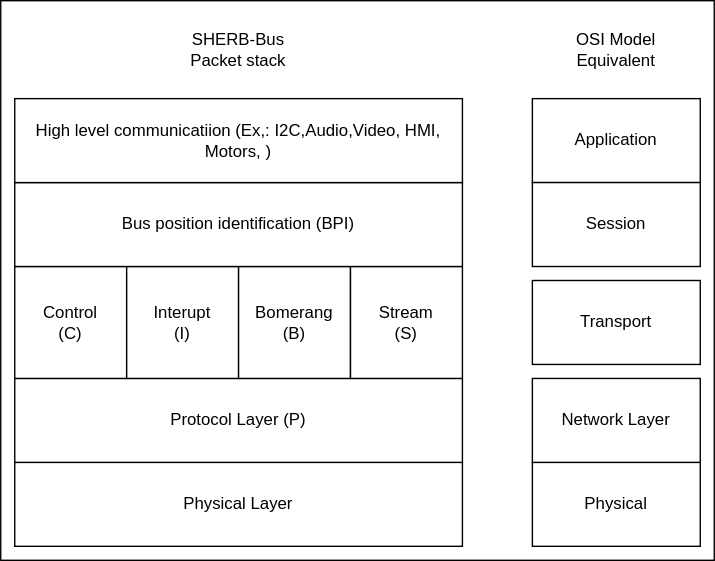
cdg66/BUS_figures keeps this draw.io diagram as Figures/Protocol_stack.svg. Above is the earlier version. Source tidied: cells renumbered, new cells last; positions are measured from the earlier drawing's top-left corner, leaving out a move shared by most shapes. Source of this version:
```xml
<mxGraphModel>
  <root>
    <mxCell id="0" />
    <mxCell id="1" parent="0" />
    <mxCell id="2" style="rounded=0;whiteSpace=wrap;html=1;" parent="1" vertex="1">
      <mxGeometry width="510" height="400" as="geometry" />
    </mxCell>
    <mxCell id="3" value="Physical Layer " style="rounded=0;whiteSpace=wrap;html=1;" parent="1" vertex="1">
      <mxGeometry x="10" y="330" width="320" height="60" as="geometry" />
    </mxCell>
    <mxCell id="4" value="Protocol Layer (P)" style="rounded=0;whiteSpace=wrap;html=1;" parent="1" vertex="1">
      <mxGeometry x="10" y="270" width="320" height="60" as="geometry" />
    </mxCell>
    <mxCell id="5" value="&lt;div&gt;Control&lt;/div&gt;&lt;div&gt;(C)&lt;br&gt;&lt;/div&gt;" style="whiteSpace=wrap;html=1;" parent="1" vertex="1">
      <mxGeometry x="10" y="190" width="80" height="80" as="geometry" />
    </mxCell>
    <mxCell id="6" value="&lt;div&gt;Interupt&lt;/div&gt;&lt;div&gt;(I)&lt;br&gt;&lt;/div&gt;" style="whiteSpace=wrap;html=1;" parent="1" vertex="1">
      <mxGeometry x="90" y="190" width="80" height="80" as="geometry" />
    </mxCell>
    <mxCell id="7" value="&lt;div&gt;Bomerang&lt;/div&gt;&lt;div&gt;(B)&lt;br&gt;&lt;/div&gt;" style="whiteSpace=wrap;html=1;" parent="1" vertex="1">
      <mxGeometry x="170" y="190" width="80" height="80" as="geometry" />
    </mxCell>
    <mxCell id="8" value="&lt;div&gt;Stream&lt;/div&gt;&lt;div&gt;(S)&lt;br&gt;&lt;/div&gt;" style="whiteSpace=wrap;html=1;" parent="1" vertex="1">
      <mxGeometry x="250" y="190" width="80" height="80" as="geometry" />
    </mxCell>
    <mxCell id="9" value="Bus position identification (BPI)" style="rounded=0;whiteSpace=wrap;html=1;" parent="1" vertex="1">
      <mxGeometry x="10" y="130" width="320" height="60" as="geometry" />
    </mxCell>
    <mxCell id="10" value="High level communicatiion (Ex,: I2C,Audio,Video, HMI, Motors, )" style="rounded=0;whiteSpace=wrap;html=1;" parent="1" vertex="1">
      <mxGeometry x="10" y="70" width="320" height="60" as="geometry" />
    </mxCell>
    <mxCell id="11" value="OSI Model Equivalent" style="text;html=1;strokeColor=none;fillColor=none;align=center;verticalAlign=middle;whiteSpace=wrap;rounded=0;" parent="1" vertex="1">
      <mxGeometry x="410" y="20" width="60" height="30" as="geometry" />
    </mxCell>
    <mxCell id="12" value="Physical" style="rounded=0;whiteSpace=wrap;html=1;" parent="1" vertex="1">
      <mxGeometry x="380" y="330" width="120" height="60" as="geometry" />
    </mxCell>
    <mxCell id="13" value="Network Layer" style="rounded=0;whiteSpace=wrap;html=1;" parent="1" vertex="1">
      <mxGeometry x="380" y="270" width="120" height="60" as="geometry" />
    </mxCell>
    <mxCell id="14" value="Transport" style="rounded=0;whiteSpace=wrap;html=1;" parent="1" vertex="1">
      <mxGeometry x="380" y="200" width="120" height="60" as="geometry" />
    </mxCell>
    <mxCell id="15" value="Application" style="rounded=0;whiteSpace=wrap;html=1;" parent="1" vertex="1">
      <mxGeometry x="380" y="70" width="120" height="60" as="geometry" />
    </mxCell>
    <mxCell id="16" value="Session" style="rounded=0;whiteSpace=wrap;html=1;" parent="1" vertex="1">
      <mxGeometry x="380" y="130" width="120" height="60" as="geometry" />
    </mxCell>
    <mxCell id="17" value="&lt;div&gt;SHERB-Bus &lt;br&gt;&lt;/div&gt;&lt;div&gt;Packet stack&lt;/div&gt;" style="text;html=1;strokeColor=none;fillColor=none;align=center;verticalAlign=middle;whiteSpace=wrap;rounded=0;" parent="1" vertex="1">
      <mxGeometry x="95" y="20" width="150" height="30" as="geometry" />
    </mxCell>
  </root>
</mxGraphModel>
```
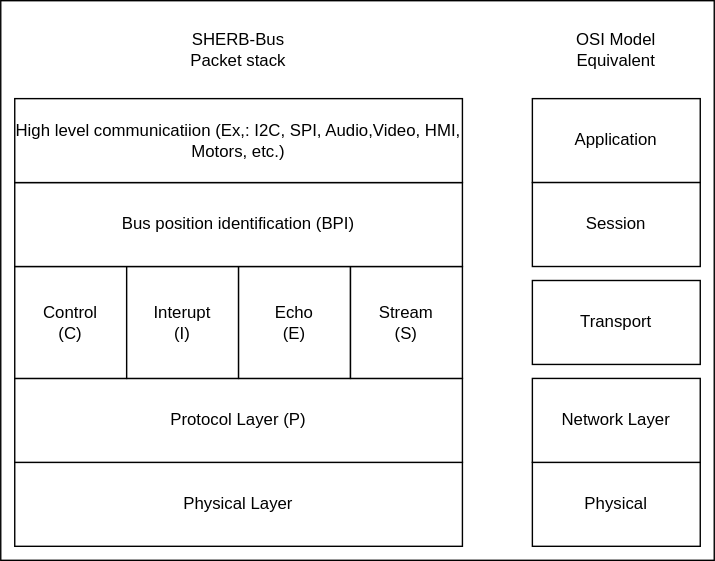
After the change.

The edit, as a diff of the source:
```diff
@@ -17,7 +17,7 @@
     <mxCell id="6" value="&lt;div&gt;Interupt&lt;/div&gt;&lt;div&gt;(I)&lt;br&gt;&lt;/div&gt;" style="whiteSpace=wrap;html=1;" parent="1" vertex="1">
       <mxGeometry x="90" y="190" width="80" height="80" as="geometry" />
     </mxCell>
-    <mxCell id="7" value="&lt;div&gt;Bomerang&lt;/div&gt;&lt;div&gt;(B)&lt;br&gt;&lt;/div&gt;" style="whiteSpace=wrap;html=1;" parent="1" vertex="1">
+    <mxCell id="7" value="&lt;div&gt;&lt;span style=&quot;background-color: initial;&quot;&gt;Echo&lt;/span&gt;&lt;/div&gt;&lt;div&gt;&lt;span style=&quot;background-color: initial;&quot;&gt;(E)&lt;/span&gt;&lt;br&gt;&lt;/div&gt;" style="whiteSpace=wrap;html=1;" parent="1" vertex="1">
       <mxGeometry x="170" y="190" width="80" height="80" as="geometry" />
     </mxCell>
     <mxCell id="8" value="&lt;div&gt;Stream&lt;/div&gt;&lt;div&gt;(S)&lt;br&gt;&lt;/div&gt;" style="whiteSpace=wrap;html=1;" parent="1" vertex="1">
@@ -26,7 +26,7 @@
     <mxCell id="9" value="Bus position identification (BPI)" style="rounded=0;whiteSpace=wrap;html=1;" parent="1" vertex="1">
       <mxGeometry x="10" y="130" width="320" height="60" as="geometry" />
     </mxCell>
-    <mxCell id="10" value="High level communicatiion (Ex,: I2C,Audio,Video, HMI, Motors, )" style="rounded=0;whiteSpace=wrap;html=1;" parent="1" vertex="1">
+    <mxCell id="10" value="High level communicatiion (Ex,: I2C, SPI, Audio,Video, HMI, Motors, etc.)" style="rounded=0;whiteSpace=wrap;html=1;" parent="1" vertex="1">
       <mxGeometry x="10" y="70" width="320" height="60" as="geometry" />
     </mxCell>
     <mxCell id="11" value="OSI Model Equivalent" style="text;html=1;strokeColor=none;fillColor=none;align=center;verticalAlign=middle;whiteSpace=wrap;rounded=0;" parent="1" vertex="1">
```
